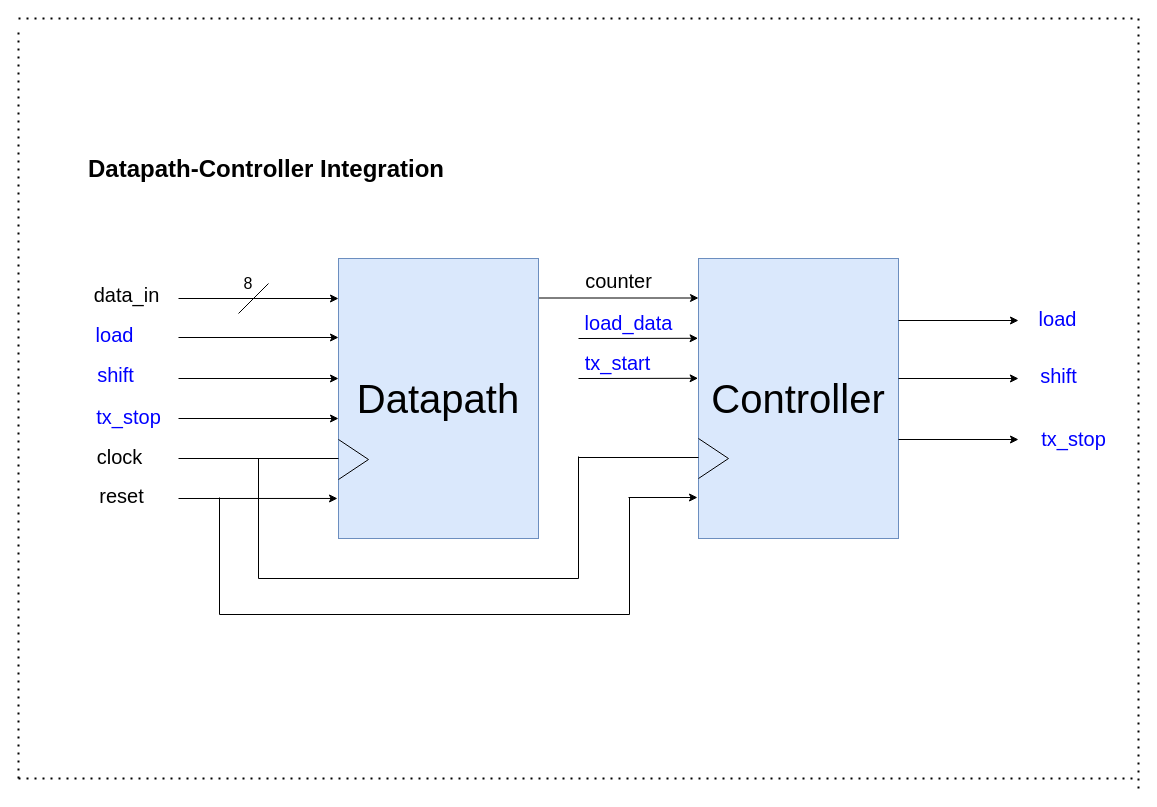
This is docs/datapath-controller_uart.drawio from mnasirEE/uart_serial, a draw.io file, before an edit. Source tidied: cells renumbered, new cells numbered last; positions are measured from the earlier drawing's top-left corner, leaving out a move shared by most shapes. Both pictures are drawn from the tidied source at 100%, with x=0, y=0 at pixel (18, 18).
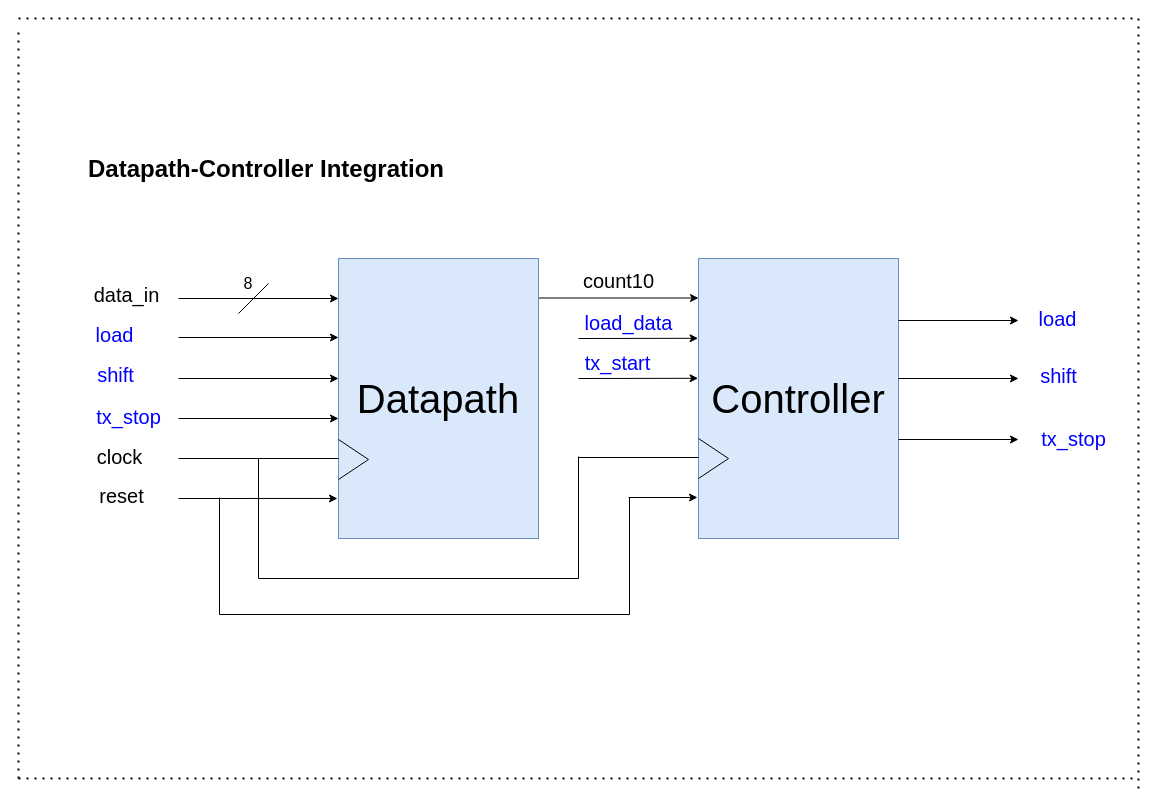
Above is the later version.

Change to the diagram source:
```diff
@@
-    <mxCell id="32" value="&lt;font style=&quot;font-size: 20px;&quot;&gt;counter&lt;/font&gt;" style="text;html=1;align=center;verticalAlign=middle;strokeColor=none;fillColor=none;" parent="1" vertex="1">
+    <mxCell id="32" value="&lt;font style=&quot;font-size: 20px;&quot;&gt;count10&lt;/font&gt;" style="text;html=1;align=center;verticalAlign=middle;strokeColor=none;fillColor=none;" parent="1" vertex="1">
       <mxGeometry x="555" y="242" width="90" height="40" as="geometry" />
     </mxCell>
```
